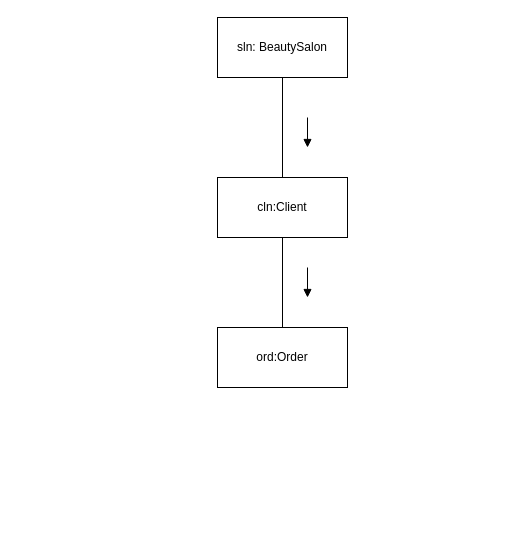
Earlier version of the draw.io diagram communicationsUML.drawio (Artvell3000/umlLab2). Source tidied: cells renumbered, new cells numbered last; positions are measured from the earlier drawing's top-left corner, leaving out a move shared by most shapes. Both pictures are drawn from the tidied source at 100%, with x=0, y=0 at pixel (217, 17).
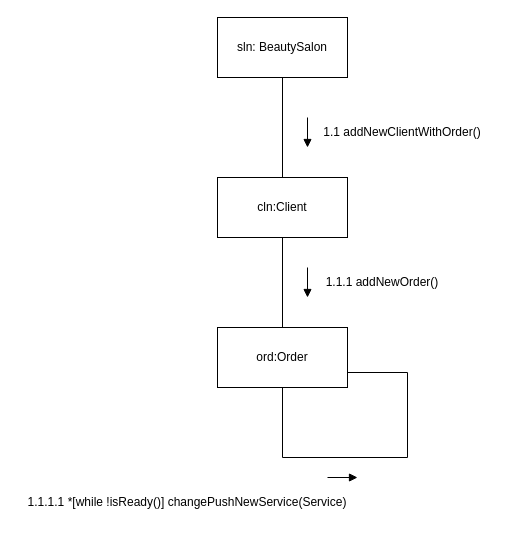
The same page after the edit.

Change to the diagram source:
```diff
@@
 <mxGraphModel>
   <root>
     <mxCell id="0" />
     <mxCell id="1" parent="0" />
     <mxCell id="2" value="sln: BeautySalon" style="rounded=0;whiteSpace=wrap;html=1;" parent="1" vertex="1">
       <mxGeometry width="130" height="60" as="geometry" />
     </mxCell>
     <mxCell id="3" value="cln:Client" style="rounded=0;whiteSpace=wrap;html=1;" parent="1" vertex="1">
       <mxGeometry y="160" width="130" height="60" as="geometry" />
     </mxCell>
     <mxCell id="4" value="ord:Order" style="rounded=0;whiteSpace=wrap;html=1;" parent="1" vertex="1">
       <mxGeometry y="310" width="130" height="60" as="geometry" />
     </mxCell>
     <mxCell id="5" style="endArrow=none;html=1;rounded=0;entryX=0.5;entryY=1;entryDx=0;entryDy=0;exitX=0.5;exitY=0;exitDx=0;exitDy=0;" parent="1" edge="1" source="3" target="2">
       <mxGeometry relative="1" as="geometry" />
     </mxCell>
     <mxCell id="6" style="endArrow=none;html=1;rounded=0;entryX=0.5;entryY=1;entryDx=0;entryDy=0;" parent="1" edge="1" source="4" target="3">
       <mxGeometry relative="1" as="geometry" />
     </mxCell>
     <mxCell id="7" style="endArrow=block;endFill=1;html=1;edgeStyle=orthogonalEdgeStyle;align=left;verticalAlign=top;rounded=0;" parent="1" edge="1">
       <mxGeometry x="-1" relative="1" as="geometry">
         <mxPoint x="90" y="100" as="sourcePoint" />
         <mxPoint x="90" y="130" as="targetPoint" />
       </mxGeometry>
     </mxCell>
     <mxCell id="8" style="endArrow=block;endFill=1;html=1;edgeStyle=orthogonalEdgeStyle;align=left;verticalAlign=top;rounded=0;" parent="1" edge="1">
       <mxGeometry x="-1" relative="1" as="geometry">
         <mxPoint x="90" y="250" as="sourcePoint" />
         <mxPoint x="90" y="280" as="targetPoint" />
       </mxGeometry>
     </mxCell>
+    <mxCell id="9" value="1.1 addNewClientWithOrder()" style="text;html=1;strokeColor=none;fillColor=none;align=center;verticalAlign=middle;whiteSpace=wrap;rounded=0;" parent="1" vertex="1">
+      <mxGeometry x="90" y="100" width="190" height="30" as="geometry" />
+    </mxCell>
+    <mxCell id="10" value="1.1.1 addNewOrder()" style="text;html=1;strokeColor=none;fillColor=none;align=center;verticalAlign=middle;whiteSpace=wrap;rounded=0;" parent="1" vertex="1">
+      <mxGeometry x="90" y="250" width="150" height="30" as="geometry" />
+    </mxCell>
+    <mxCell id="11" style="endArrow=none;html=1;rounded=0;entryX=0.5;entryY=1;entryDx=0;entryDy=0;exitX=1;exitY=0.75;exitDx=0;exitDy=0;" parent="1" edge="1" source="4" target="4">
+      <mxGeometry relative="1" as="geometry">
+        <Array as="points">
+          <mxPoint x="190" y="355" />
+          <mxPoint x="190" y="440" />
+          <mxPoint x="65" y="440" />
+        </Array>
+      </mxGeometry>
+    </mxCell>
+    <mxCell id="12" style="endArrow=block;endFill=1;html=1;edgeStyle=orthogonalEdgeStyle;align=left;verticalAlign=top;rounded=0;" parent="1" edge="1">
+      <mxGeometry x="-1" relative="1" as="geometry">
+        <mxPoint x="110" y="460" as="sourcePoint" />
+        <mxPoint x="140" y="460" as="targetPoint" />
+      </mxGeometry>
+    </mxCell>
+    <mxCell id="13" value="1.1.1.1 *[while !isReady()] changePushNewService(Service)" style="text;html=1;strokeColor=none;fillColor=none;align=center;verticalAlign=middle;whiteSpace=wrap;rounded=0;" parent="1" vertex="1">
+      <mxGeometry x="-200" y="470" width="340" height="30" as="geometry" />
+    </mxCell>
   </root>
 </mxGraphModel>
```
